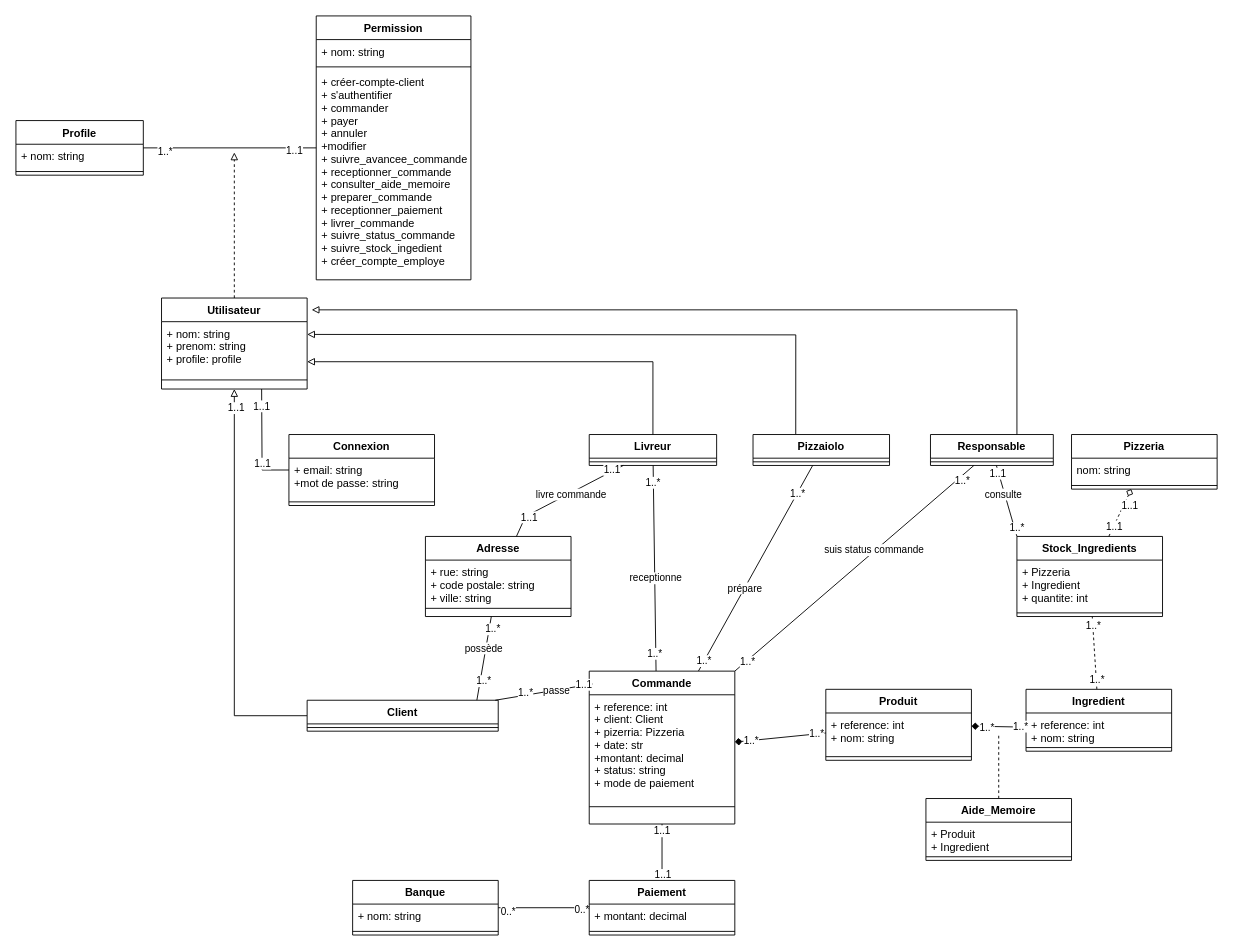
This is documentation/diagrameDeClasses1.drawio from jbbaillet85/OCpizzas, a draw.io file, before an edit. Source tidied: cells renumbered, new cells numbered last; positions are measured from the earlier drawing's top-left corner, leaving out a move shared by most shapes. Both pictures are drawn from the tidied source at 91%, with x=0, y=0 at pixel (15, 15).
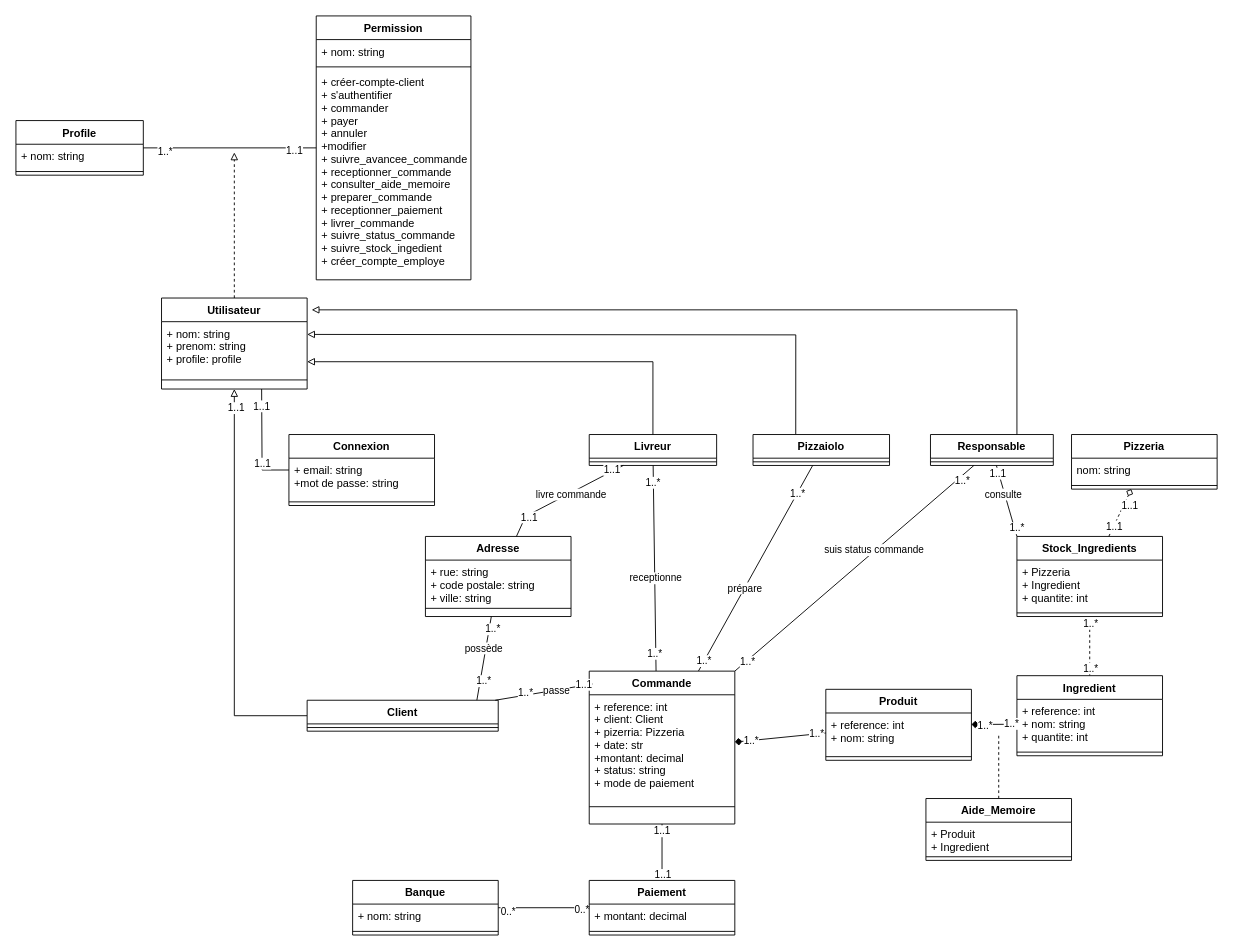
The same diagram, later.

Commit message (it also covers changes not shown here):
corection diagramme deploiement

Diff of the diagram source:
```diff
@@
     <mxCell id="37" value="Ingredient" style="swimlane;fontStyle=1;align=center;verticalAlign=top;horizontal=1;startSize=26;" parent="1" vertex="1">
-      <mxGeometry x="1110" y="740" width="160" height="68" as="geometry" />
+      <mxGeometry x="1100" y="725" width="160" height="88" as="geometry" />
     </mxCell>
-    <mxCell id="38" value="+ reference: int&#10;+ nom: string" style="text;strokeColor=none;fillColor=none;align=left;verticalAlign=top;spacingLeft=4;spacingRight=4;overflow=hidden;points=[[0,0.5],[1,0.5]];portConstraint=eastwest;" parent="37" vertex="1">
-      <mxGeometry y="26" width="160" height="34" as="geometry" />
+    <mxCell id="38" value="+ reference: int&#10;+ nom: string&#10;+ quantite: int" style="text;strokeColor=none;fillColor=none;align=left;verticalAlign=top;spacingLeft=4;spacingRight=4;overflow=hidden;points=[[0,0.5],[1,0.5]];portConstraint=eastwest;" parent="37" vertex="1">
+      <mxGeometry y="26" width="160" height="54" as="geometry" />
     </mxCell>
     <mxCell id="39" style="line;strokeWidth=1;fillColor=none;align=left;verticalAlign=middle;spacingTop=-1;spacingLeft=3;spacingRight=3;labelPosition=right;" parent="37" vertex="1">
-      <mxGeometry y="60" width="160" height="8" as="geometry" />
+      <mxGeometry y="80" width="160" height="8" as="geometry" />
     </mxCell>
```
